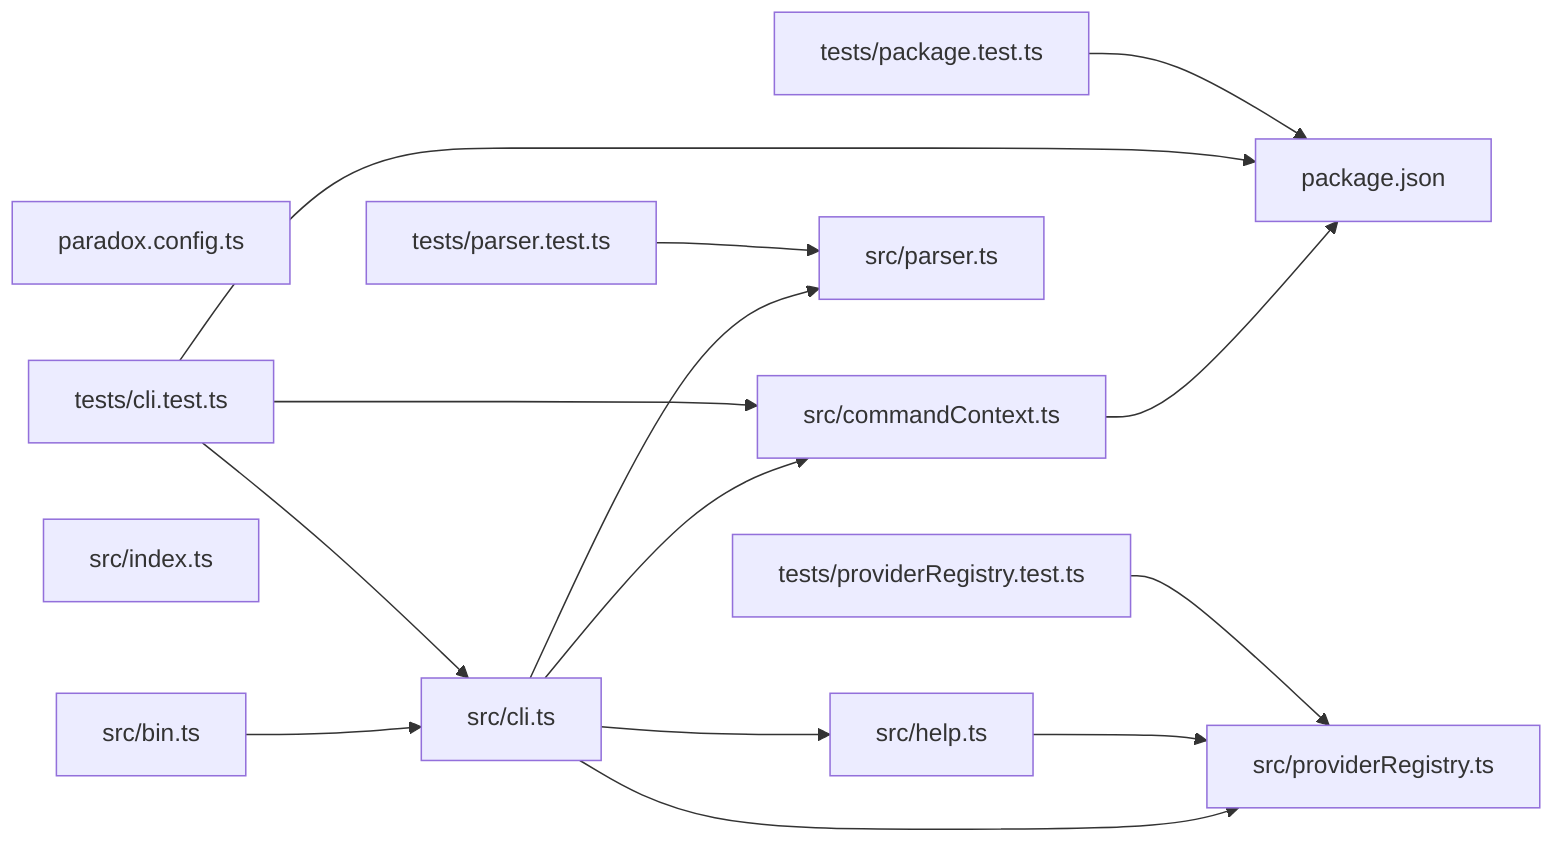
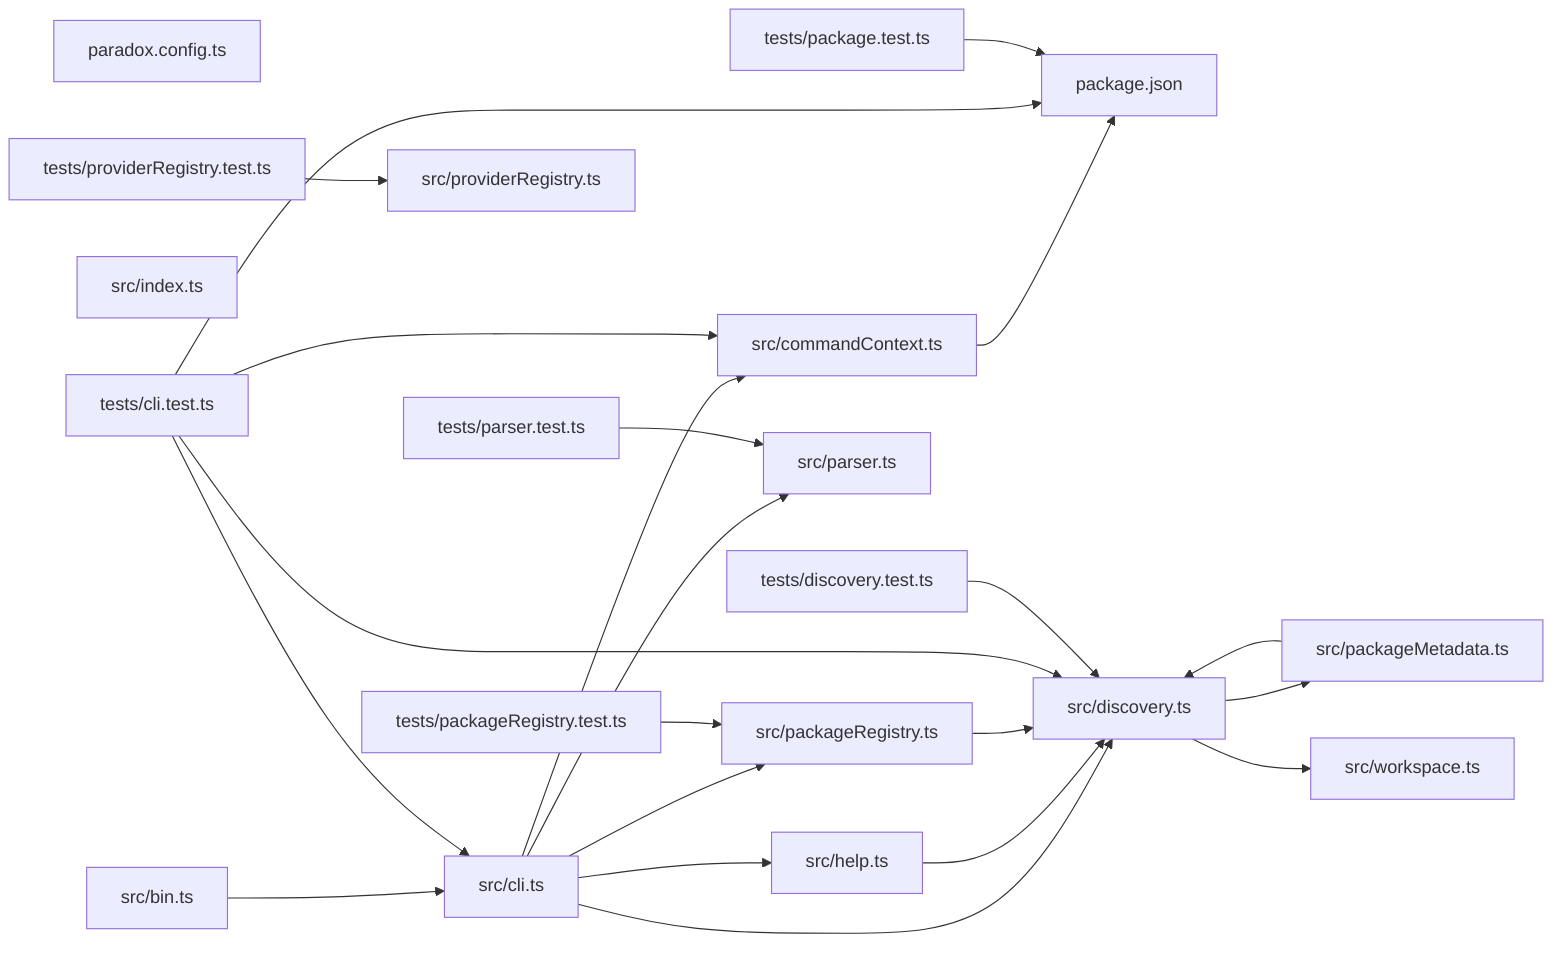
graph LR
  module_package_json["package.json"]
  module_paradox_config_ts["paradox.config.ts"]
  module_src_bin_ts["src/bin.ts"]
  module_src_cli_ts["src/cli.ts"]
  module_src_commandContext_ts["src/commandContext.ts"]
+   module_src_discovery_ts["src/discovery.ts"]
  module_src_help_ts["src/help.ts"]
  module_src_index_ts["src/index.ts"]
+   module_src_packageMetadata_ts["src/packageMetadata.ts"]
+   module_src_packageRegistry_ts["src/packageRegistry.ts"]
  module_src_parser_ts["src/parser.ts"]
  module_src_providerRegistry_ts["src/providerRegistry.ts"]
+   module_src_workspace_ts["src/workspace.ts"]
  module_tests_cli_test_ts["tests/cli.test.ts"]
+   module_tests_discovery_test_ts["tests/discovery.test.ts"]
  module_tests_package_test_ts["tests/package.test.ts"]
+   module_tests_packageRegistry_test_ts["tests/packageRegistry.test.ts"]
  module_tests_parser_test_ts["tests/parser.test.ts"]
  module_tests_providerRegistry_test_ts["tests/providerRegistry.test.ts"]
  module_src_bin_ts --> module_src_cli_ts
  module_src_cli_ts --> module_src_commandContext_ts
+   module_src_cli_ts --> module_src_discovery_ts
  module_src_cli_ts --> module_src_help_ts
+   module_src_cli_ts --> module_src_packageRegistry_ts
  module_src_cli_ts --> module_src_parser_ts
-   module_src_cli_ts --> module_src_providerRegistry_ts
  module_src_commandContext_ts --> module_package_json
-   module_src_help_ts --> module_src_providerRegistry_ts
+   module_src_discovery_ts --> module_src_packageMetadata_ts
+   module_src_discovery_ts --> module_src_workspace_ts
+   module_src_help_ts --> module_src_discovery_ts
+   module_src_packageMetadata_ts --> module_src_discovery_ts
+   module_src_packageRegistry_ts --> module_src_discovery_ts
  module_tests_cli_test_ts --> module_package_json
  module_tests_cli_test_ts --> module_src_cli_ts
  module_tests_cli_test_ts --> module_src_commandContext_ts
+   module_tests_cli_test_ts --> module_src_discovery_ts
+   module_tests_discovery_test_ts --> module_src_discovery_ts
  module_tests_package_test_ts --> module_package_json
+   module_tests_packageRegistry_test_ts --> module_src_packageRegistry_ts
  module_tests_parser_test_ts --> module_src_parser_ts
  module_tests_providerRegistry_test_ts --> module_src_providerRegistry_ts
